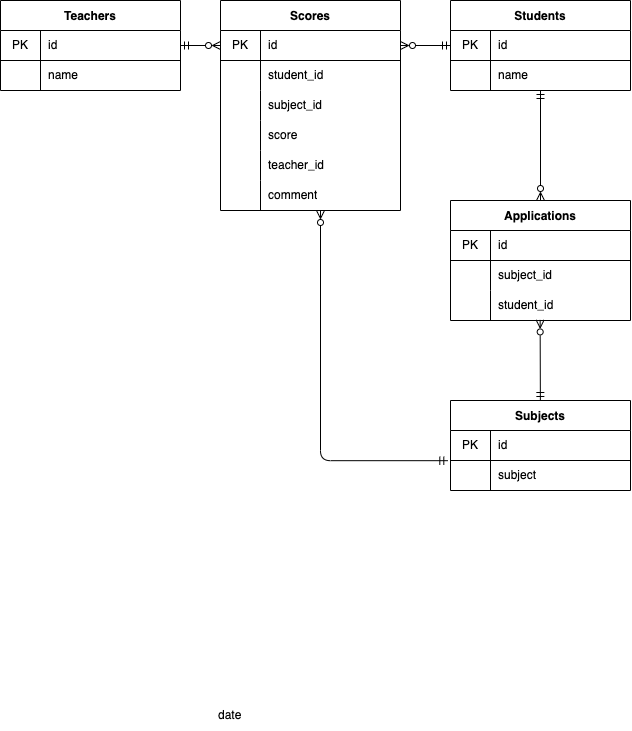
Before: kadai.drawio.png, a diagram exported from draw.io (cedrictarou/db-design). Source tidied: cells renumbered, new cells last; positions are measured from the earlier drawing's top-left corner, leaving out a move shared by most shapes.
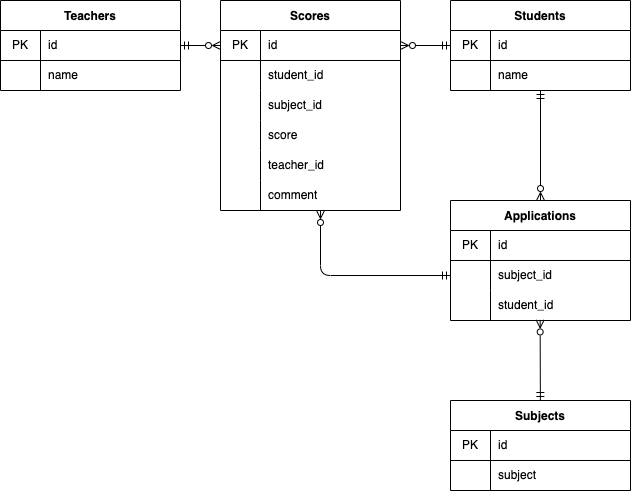
The same diagram one commit later.

Commit message:
applicationとscoresを紐付けました。

The edit, as a diff of the source:
```diff
@@ -83,7 +83,7 @@
     <mxCell id="28" value="comment" style="shape=partialRectangle;html=1;whiteSpace=wrap;fillColor=none;top=0;left=0;bottom=0;right=0;align=left;spacingLeft=6;overflow=hidden;" parent="26" vertex="1">
       <mxGeometry x="40" width="140" height="30" as="geometry" />
     </mxCell>
-    <mxCell id="29" style="html=1;startArrow=ERmandOne;startFill=0;endArrow=ERzeroToMany;endFill=0;exitX=-0.015;exitY=0.006;exitDx=0;exitDy=0;exitPerimeter=0;edgeStyle=elbowEdgeStyle;" parent="1" edge="1" source="7">
+    <mxCell id="29" style="html=1;startArrow=ERmandOne;startFill=0;endArrow=ERzeroToMany;endFill=0;exitX=0;exitY=0.5;exitDx=0;exitDy=0;edgeStyle=elbowEdgeStyle;" parent="1" edge="1" source="42">
       <mxGeometry relative="1" as="geometry">
         <mxPoint x="320" y="210" as="targetPoint" />
         <Array as="points">
@@ -146,15 +146,6 @@
     <mxCell id="47" value="student_id" style="shape=partialRectangle;html=1;whiteSpace=wrap;fillColor=none;top=0;left=0;bottom=0;right=0;align=left;spacingLeft=6;overflow=hidden;" parent="45" vertex="1">
       <mxGeometry x="40" width="140" height="30" as="geometry" />
     </mxCell>
-    <mxCell id="48" style="shape=partialRectangle;html=1;whiteSpace=wrap;fillColor=none;top=0;left=0;bottom=0;right=0;" parent="1" vertex="1">
-      <mxGeometry x="170" y="700" width="180" height="30" as="geometry" />
-    </mxCell>
-    <mxCell id="49" style="shape=partialRectangle;html=1;whiteSpace=wrap;fillColor=none;top=0;left=0;bottom=0;right=0;overflow=hidden;" parent="48" vertex="1">
-      <mxGeometry width="40" height="30" as="geometry" />
-    </mxCell>
-    <mxCell id="50" value="date" style="shape=partialRectangle;html=1;whiteSpace=wrap;fillColor=none;top=0;left=0;bottom=0;right=0;align=left;spacingLeft=6;overflow=hidden;" parent="48" vertex="1">
-      <mxGeometry x="40" width="140" height="30" as="geometry" />
-    </mxCell>
     <mxCell id="51" style="edgeStyle=none;html=1;entryX=0.5;entryY=0;entryDx=0;entryDy=0;startArrow=ERmandOne;startFill=0;endArrow=ERzeroToMany;endFill=0;" parent="1" edge="1" source="52" target="38">
       <mxGeometry relative="1" as="geometry" />
     </mxCell>
```
